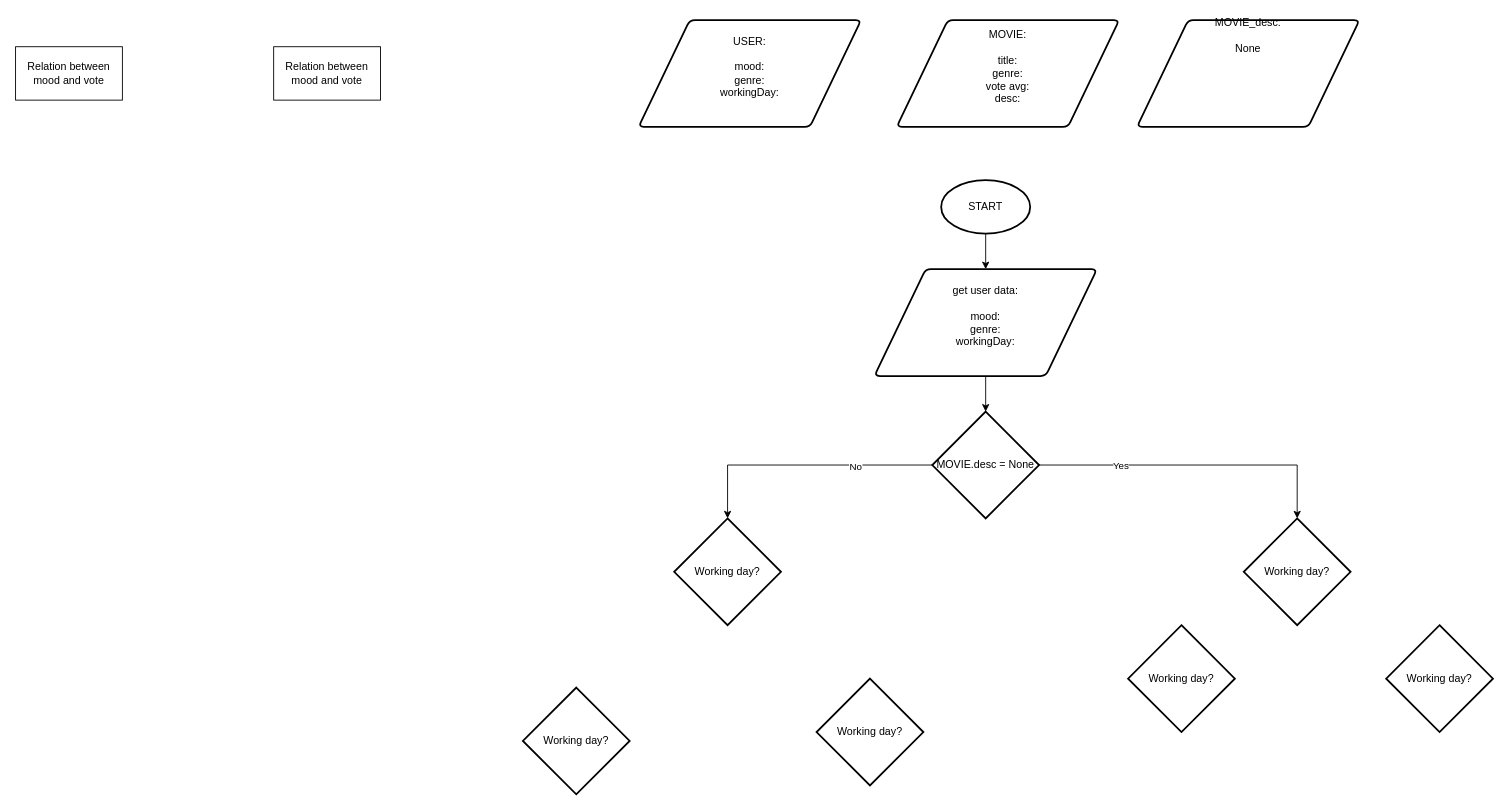
This is Decision_system.drawio from CodeCiepol/movie-advisor, a draw.io file, before an edit. Source tidied: cells renumbered, new cells numbered last; positions are measured from the earlier drawing's top-left corner, leaving out a move shared by most shapes. Both pictures are drawn from the tidied source at 89%, with x=0, y=0 at pixel (15, 20).
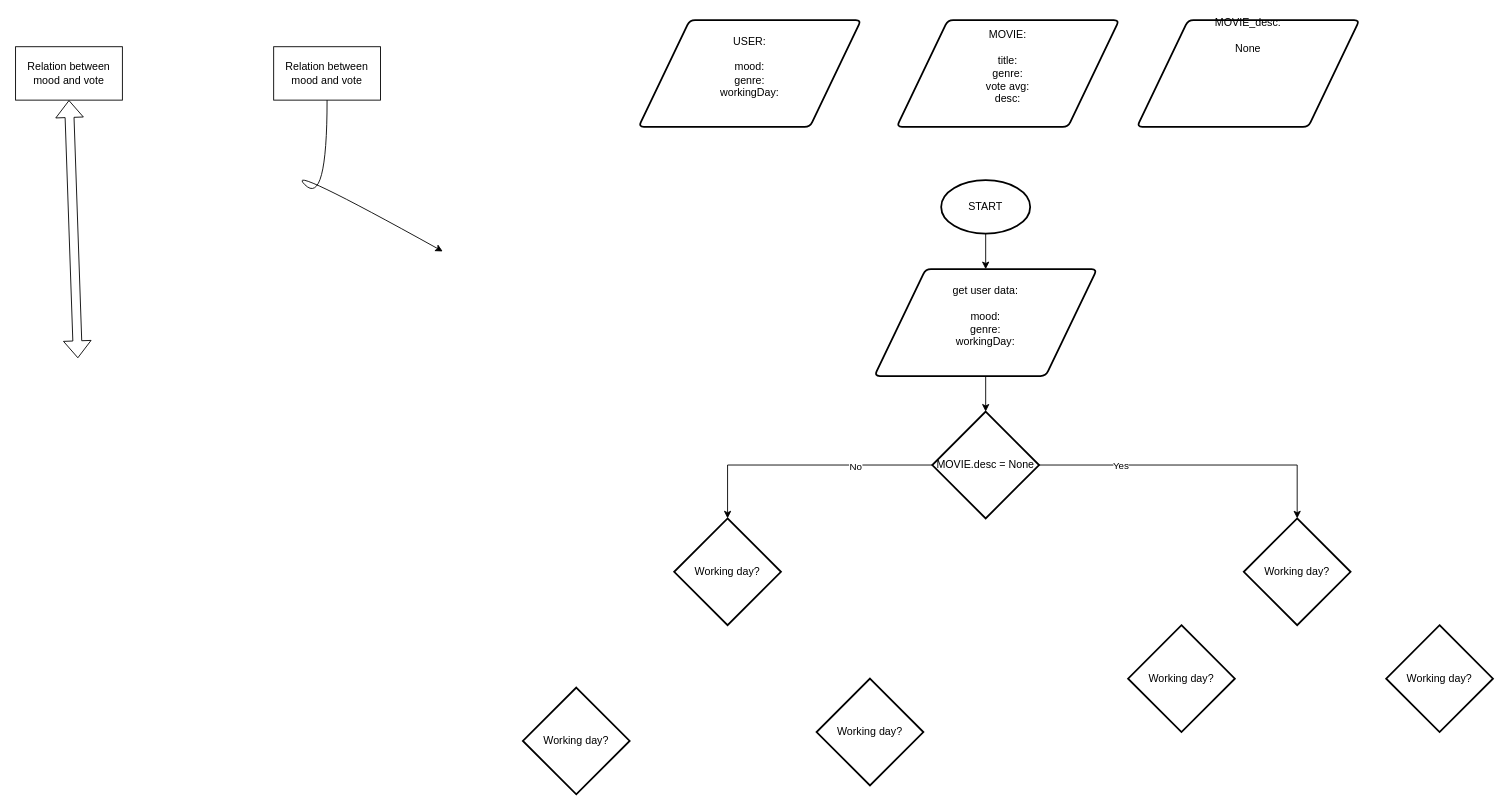
The same diagram, later.

The change refers to these unchanged cells:
```xml
<mxCell id="20" value="Relation between mood and vote" style="rounded=0;whiteSpace=wrap;html=1;" parent="1" vertex="1">
  <mxGeometry y="30" width="120" height="60" as="geometry" />
</mxCell>
<mxCell id="21" value="Relation between mood and vote" style="rounded=0;whiteSpace=wrap;html=1;" parent="1" vertex="1">
  <mxGeometry x="290" y="30" width="120" height="60" as="geometry" />
</mxCell>
```

Change to the diagram source:
```diff
@@
+    <mxCell id="22" style="shape=flexArrow;endArrow=classic;startArrow=classic;html=1;rounded=0;entryX=0.5;entryY=1;entryDx=0;entryDy=0;" parent="1" edge="1" target="20">
+      <mxGeometry relative="1" as="geometry">
+        <mxPoint x="70" y="380" as="sourcePoint" />
+      </mxGeometry>
+    </mxCell>
+    <mxCell id="23" style="curved=1;endArrow=classic;html=1;rounded=0;exitX=0.5;exitY=1;exitDx=0;exitDy=0;" parent="1" edge="1" source="21">
+      <mxGeometry relative="1" as="geometry">
+        <mxPoint x="480" y="260" as="targetPoint" />
+        <Array as="points">
+          <mxPoint x="350" y="210" />
+          <mxPoint x="300" y="160" />
+        </Array>
+      </mxGeometry>
+    </mxCell>
```
